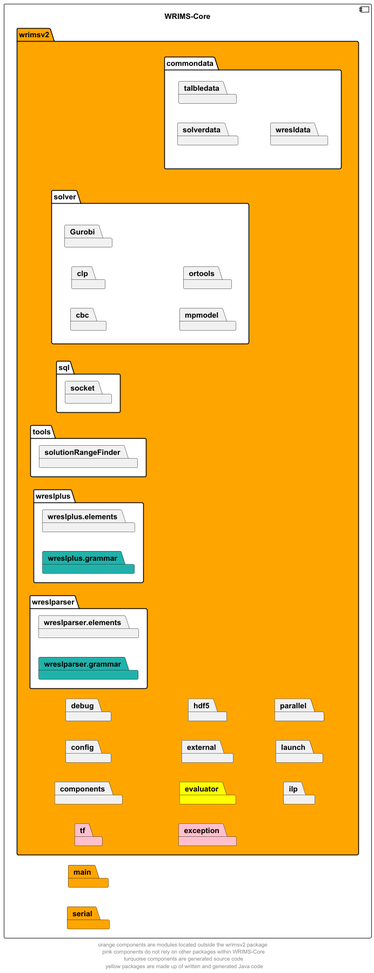
The PlantUML diagram docs/diagrams/wrims-core/wrims-core-packages.png in CentralValleyModeling/wrims-engine, before a commit.
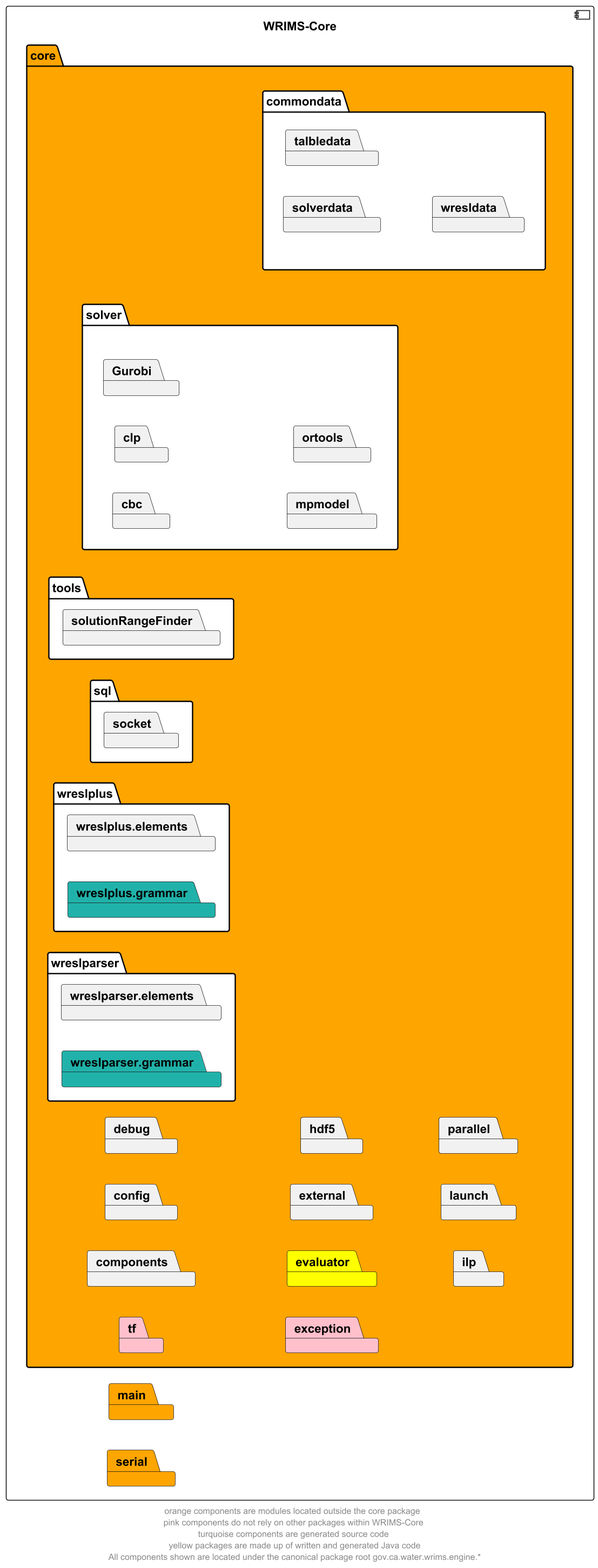
The same diagram one commit later.

Diff of the diagram source:
```diff
@@ -5,7 +5,7 @@
 component wrims_core as "WRIMS-Core" {
     package main #orange
     package serial #orange
-    package wrimsv2 #orange {
+    package core #orange {
         package commondata #white {
             package solverdata
             package talbledata
@@ -49,6 +49,6 @@
 solver -d[hidden]-> commondata
 tf -d[hidden]-> exception
 
-footer "orange components are modules located outside the wrimsv2 package \n pink components do not rely on other packages within WRIMS-Core \n turquoise components are generated source code \n yellow packages are made up of written and generated Java code"
+footer "orange components are modules located outside the core package \n pink components do not rely on other packages within WRIMS-Core \n turquoise components are generated source code \n yellow packages are made up of written and generated Java code\n All components shown are located under the canonical package root gov.ca.water.wrims.engine.*"
 
 @enduml
```
